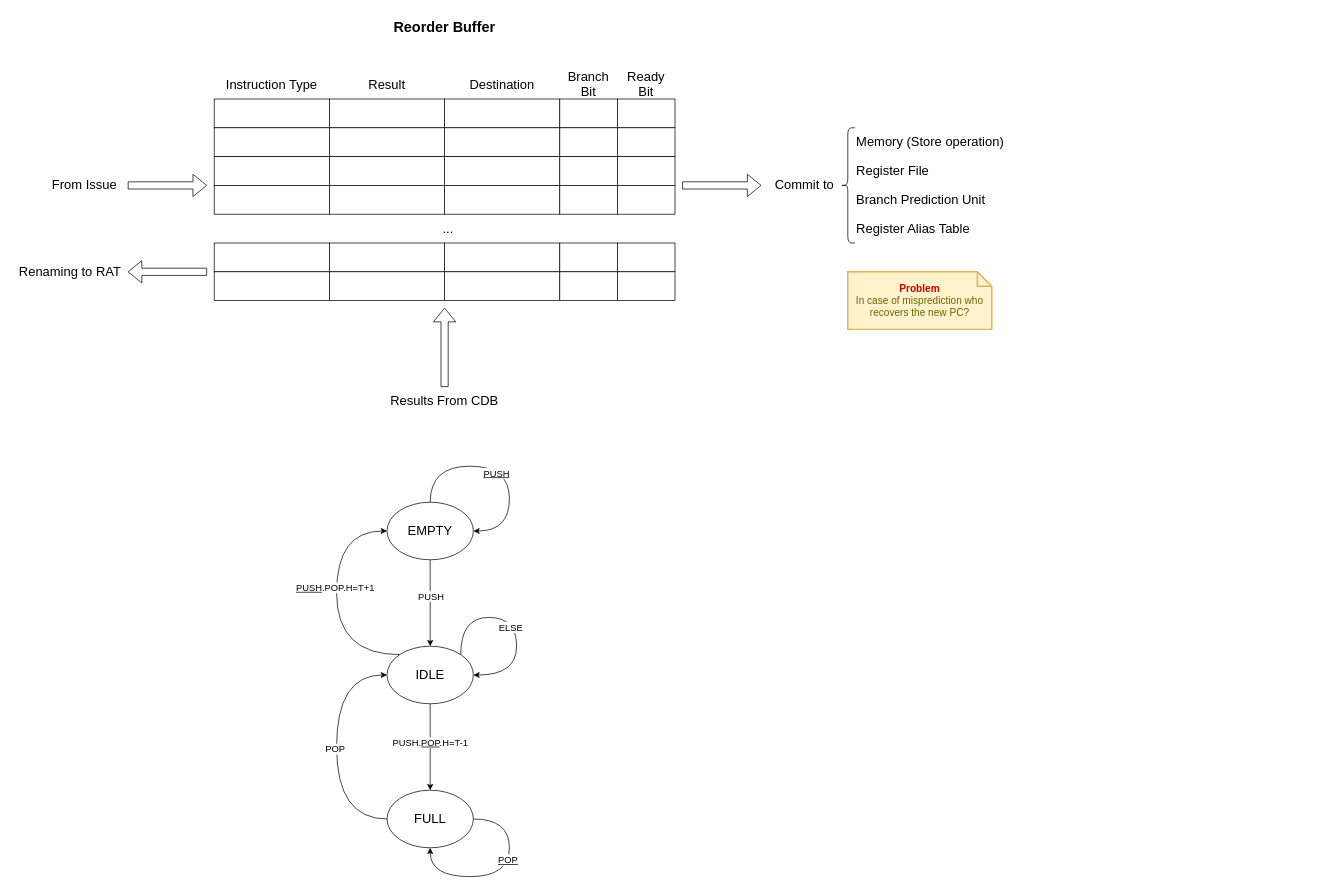
Above: docs/reorder_buffer_architecture.drawio in lorenzobadas/DLX (draw.io), before the change. Source tidied: cells renumbered, new cells numbered last; positions are measured from the earlier drawing's top-left corner, leaving out a move shared by most shapes. Both pictures are drawn from the tidied source at 72%, with x=0, y=0 at pixel (12, 12).
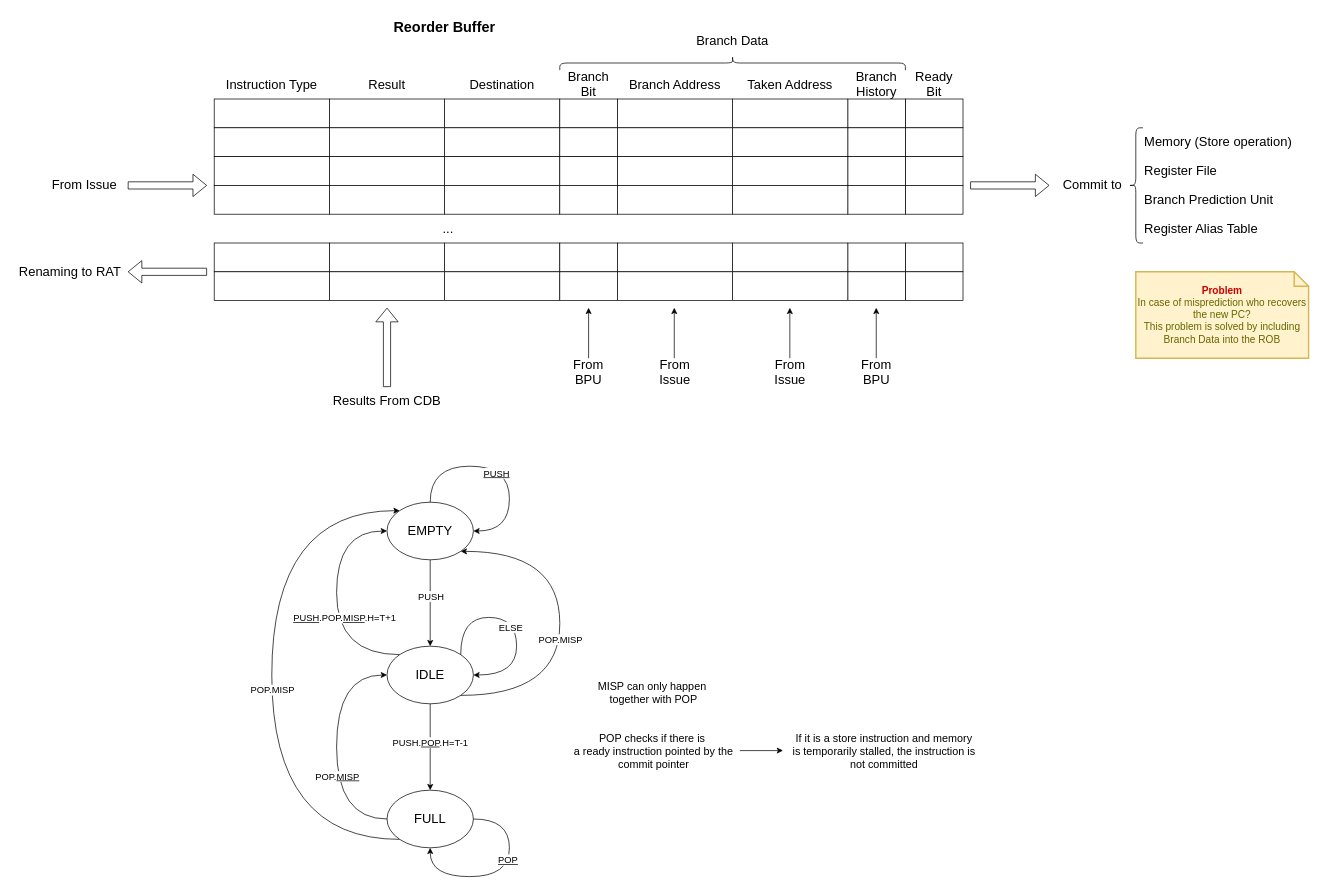
The same diagram, later.

Commit message (it also covers changes not shown here):
update reorder buffer

Unchanged cells that the change refers to:
```xml
<mxCell id="55" style="edgeStyle=orthogonalEdgeStyle;rounded=0;jettySize=auto;html=1;exitX=0;exitY=0;exitDx=0;exitDy=0;entryX=0;entryY=0.5;entryDx=0;entryDy=0;curved=1;" parent="1" edge="1" source="57" target="63">
  <mxGeometry relative="1" as="geometry">
    <Array as="points">
      <mxPoint x="450" y="892" />
      <mxPoint x="450" y="720" />
    </Array>
  </mxGeometry>
</mxCell>
<mxCell id="57" value="&lt;font style=&quot;font-size: 18px;&quot;&gt;IDLE&lt;/font&gt;" style="ellipse;whiteSpace=wrap;html=1;" parent="1" vertex="1">
  <mxGeometry x="520" y="880" width="120" height="80" as="geometry" />
</mxCell>
<mxCell id="58" style="edgeStyle=orthogonalEdgeStyle;rounded=0;jettySize=auto;html=1;exitX=0;exitY=0.5;exitDx=0;exitDy=0;entryX=0;entryY=0.5;entryDx=0;entryDy=0;curved=1;" parent="1" edge="1" source="60" target="57">
  <mxGeometry relative="1" as="geometry">
    <Array as="points">
      <mxPoint x="450" y="1120" />
      <mxPoint x="450" y="920" />
    </Array>
  </mxGeometry>
</mxCell>
<mxCell id="60" value="&lt;font style=&quot;font-size: 18px;&quot;&gt;FULL&lt;/font&gt;" style="ellipse;whiteSpace=wrap;html=1;" parent="1" vertex="1">
  <mxGeometry x="520" y="1080" width="120" height="80" as="geometry" />
</mxCell>
<mxCell id="63" value="&lt;span style=&quot;font-size: 18px;&quot;&gt;EMPTY&lt;/span&gt;" style="ellipse;whiteSpace=wrap;html=1;" parent="1" vertex="1">
  <mxGeometry x="520" y="680" width="120" height="80" as="geometry" />
</mxCell>
```

What changed in the source:
```diff
@@
     <mxCell id="25" style="shape=flexArrow;endArrow=classic;html=1;rounded=0;" parent="1" edge="1">
       <mxGeometry relative="1" as="geometry">
-        <mxPoint x="600" y="520" as="sourcePoint" />
-        <mxPoint x="600" y="410" as="targetPoint" />
+        <mxPoint x="520" y="520" as="sourcePoint" />
+        <mxPoint x="520" y="410" as="targetPoint" />
       </mxGeometry>
     </mxCell>
     <mxCell id="26" value="&lt;font style=&quot;font-size: 18px;&quot;&gt;Results From CDB&lt;/font&gt;" style="text;html=1;align=center;verticalAlign=middle;whiteSpace=wrap;rounded=0;" parent="1" vertex="1">
-      <mxGeometry x="520" y="520" width="160" height="40" as="geometry" />
+      <mxGeometry x="440" y="520" width="160" height="40" as="geometry" />
     </mxCell>
     <mxCell id="27" value="&lt;font style=&quot;font-size: 18px;&quot;&gt;Ready&lt;/font&gt;&lt;div&gt;&lt;span style=&quot;font-size: 18px;&quot;&gt;Bit&lt;/span&gt;&lt;/div&gt;" style="text;html=1;align=center;verticalAlign=middle;whiteSpace=wrap;rounded=0;" parent="1" vertex="1">
-      <mxGeometry x="840" y="80" width="80" height="40" as="geometry" />
+      <mxGeometry x="1240" y="80" width="80" height="40" as="geometry" />
     </mxCell>
     <mxCell id="28" style="rounded=0;whiteSpace=wrap;html=1;" parent="1" vertex="1">
-      <mxGeometry x="840" y="120" width="80" height="40" as="geometry" />
+      <mxGeometry x="1240" y="120" width="80" height="40" as="geometry" />
     </mxCell>
     <mxCell id="29" style="rounded=0;whiteSpace=wrap;html=1;" parent="1" vertex="1">
-      <mxGeometry x="840" y="160" width="80" height="40" as="geometry" />
+      <mxGeometry x="1240" y="160" width="80" height="40" as="geometry" />
     </mxCell>
     <mxCell id="30" style="rounded=0;whiteSpace=wrap;html=1;" parent="1" vertex="1">
-      <mxGeometry x="840" y="200" width="80" height="40" as="geometry" />
+      <mxGeometry x="1240" y="200" width="80" height="40" as="geometry" />
     </mxCell>
     <mxCell id="31" style="rounded=0;whiteSpace=wrap;html=1;" parent="1" vertex="1">
-      <mxGeometry x="840" y="240" width="80" height="40" as="geometry" />
+      <mxGeometry x="1240" y="240" width="80" height="40" as="geometry" />
     </mxCell>
     <mxCell id="32" style="rounded=0;whiteSpace=wrap;html=1;" parent="1" vertex="1">
-      <mxGeometry x="840" y="320" width="80" height="40" as="geometry" />
+      <mxGeometry x="1240" y="320" width="80" height="40" as="geometry" />
     </mxCell>
     <mxCell id="33" style="rounded=0;whiteSpace=wrap;html=1;" parent="1" vertex="1">
-      <mxGeometry x="840" y="360" width="80" height="40" as="geometry" />
+      <mxGeometry x="1240" y="360" width="80" height="40" as="geometry" />
     </mxCell>
@@
     <mxCell id="41" style="shape=flexArrow;endArrow=classic;html=1;rounded=0;" parent="1" edge="1">
       <mxGeometry relative="1" as="geometry">
-        <mxPoint x="930" y="240" as="sourcePoint" />
-        <mxPoint x="1040" y="240" as="targetPoint" />
+        <mxPoint x="1330" y="240" as="sourcePoint" />
+        <mxPoint x="1440" y="240" as="targetPoint" />
       </mxGeometry>
     </mxCell>
     <mxCell id="42" value="&lt;span style=&quot;font-size: 18px;&quot;&gt;Commit to&lt;/span&gt;" style="text;html=1;align=center;verticalAlign=middle;whiteSpace=wrap;rounded=0;" parent="1" vertex="1">
-      <mxGeometry x="1040" y="220" width="120" height="40" as="geometry" />
+      <mxGeometry x="1440" y="220" width="120" height="40" as="geometry" />
     </mxCell>
     <mxCell id="43" style="shape=curlyBracket;whiteSpace=wrap;html=1;rounded=1;labelPosition=left;verticalLabelPosition=middle;align=right;verticalAlign=middle;" parent="1" vertex="1">
-      <mxGeometry x="1150" y="160" width="20" height="160" as="geometry" />
+      <mxGeometry x="1550" y="160" width="20" height="160" as="geometry" />
     </mxCell>
     <mxCell id="44" value="&lt;span style=&quot;font-size: 18px;&quot;&gt;Memory (Store operation)&lt;/span&gt;" style="text;html=1;align=left;verticalAlign=middle;whiteSpace=wrap;rounded=0;" parent="1" vertex="1">
-      <mxGeometry x="1170" y="160" width="240" height="40" as="geometry" />
+      <mxGeometry x="1570" y="160" width="240" height="40" as="geometry" />
     </mxCell>
     <mxCell id="45" value="&lt;span style=&quot;font-size: 18px;&quot;&gt;Register File&lt;/span&gt;" style="text;html=1;align=left;verticalAlign=middle;whiteSpace=wrap;rounded=0;" parent="1" vertex="1">
-      <mxGeometry x="1170" y="200" width="120" height="40" as="geometry" />
+      <mxGeometry x="1570" y="200" width="120" height="40" as="geometry" />
     </mxCell>
     <mxCell id="46" value="&lt;span style=&quot;font-size: 18px;&quot;&gt;Branch Prediction Unit&lt;/span&gt;" style="text;html=1;align=left;verticalAlign=middle;whiteSpace=wrap;rounded=0;" parent="1" vertex="1">
-      <mxGeometry x="1170" y="240" width="200" height="40" as="geometry" />
+      <mxGeometry x="1570" y="240" width="200" height="40" as="geometry" />
     </mxCell>
-    <mxCell id="47" value="&lt;b&gt;&lt;font color=&quot;#cc0000&quot;&gt;Problem&lt;/font&gt;&lt;/b&gt;&lt;div&gt;In case of misprediction who recovers the new PC?&lt;/div&gt;" style="shape=note;strokeWidth=2;fontSize=14;size=20;whiteSpace=wrap;html=1;fillColor=#fff2cc;strokeColor=#d6b656;fontColor=#666600;" parent="1" vertex="1">
-      <mxGeometry x="1160" y="360" width="200" height="80" as="geometry" />
+    <mxCell id="47" value="&lt;b&gt;&lt;font color=&quot;#cc0000&quot;&gt;Problem&lt;/font&gt;&lt;/b&gt;&lt;div&gt;In case of misprediction who recovers the new PC?&lt;/div&gt;&lt;div&gt;This problem is solved by including Branch Data into the ROB&lt;/div&gt;" style="shape=note;strokeWidth=2;fontSize=14;size=20;whiteSpace=wrap;html=1;fillColor=#fff2cc;strokeColor=#d6b656;fontColor=#666600;" parent="1" vertex="1">
+      <mxGeometry x="1560" y="360" width="240" height="120" as="geometry" />
     </mxCell>
@@
     <mxCell id="52" value="&lt;span style=&quot;font-size: 18px;&quot;&gt;Register Alias Table&lt;/span&gt;" style="text;html=1;align=left;verticalAlign=middle;whiteSpace=wrap;rounded=0;" parent="1" vertex="1">
-      <mxGeometry x="1170" y="280" width="200" height="40" as="geometry" />
+      <mxGeometry x="1570" y="280" width="200" height="40" as="geometry" />
     </mxCell>
@@
-    <mxCell id="56" value="&lt;font style=&quot;font-size: 13px;&quot;&gt;&lt;u&gt;PUSH&lt;/u&gt;.POP.H=T+1&lt;/font&gt;" style="edgeLabel;html=1;align=center;verticalAlign=middle;" parent="55" vertex="1">
-      <mxGeometry x="0.1" y="3" relative="1" as="geometry" />
+    <mxCell id="56" value="&lt;font style=&quot;font-size: 13px;&quot;&gt;&lt;u&gt;PUSH&lt;/u&gt;.POP.&lt;u&gt;MISP&lt;/u&gt;.H=T+1&lt;/font&gt;" style="edgeLabel;html=1;align=center;verticalAlign=middle;" parent="55" vertex="1">
+      <mxGeometry x="0.1" y="3" relative="1" as="geometry">
+        <mxPoint x="13" y="42" as="offset" />
+      </mxGeometry>
     </mxCell>
+    <mxCell id="70" style="edgeStyle=orthogonalEdgeStyle;rounded=0;jettySize=auto;html=1;exitX=1;exitY=1;exitDx=0;exitDy=0;entryX=1;entryY=1;entryDx=0;entryDy=0;curved=1;" parent="1" edge="1" source="57" target="63">
+      <mxGeometry relative="1" as="geometry">
+        <Array as="points">
+          <mxPoint x="760" y="948" />
+          <mxPoint x="760" y="748" />
+        </Array>
+      </mxGeometry>
+    </mxCell>
@@
-    <mxCell id="59" value="&lt;font style=&quot;font-size: 13px;&quot;&gt;POP&lt;/font&gt;" style="edgeLabel;html=1;align=center;verticalAlign=middle;" parent="58" vertex="1">
-      <mxGeometry x="-0.01" y="3" relative="1" as="geometry" />
+    <mxCell id="59" value="&lt;font style=&quot;font-size: 13px;&quot;&gt;POP.&lt;u&gt;MISP&lt;/u&gt;&lt;/font&gt;" style="edgeLabel;html=1;align=center;verticalAlign=middle;" parent="58" vertex="1">
+      <mxGeometry x="-0.01" y="3" relative="1" as="geometry">
+        <mxPoint x="3" y="38" as="offset" />
+      </mxGeometry>
     </mxCell>
+    <mxCell id="71" style="edgeStyle=orthogonalEdgeStyle;rounded=0;jettySize=auto;html=1;exitX=0;exitY=1;exitDx=0;exitDy=0;entryX=0;entryY=0;entryDx=0;entryDy=0;curved=1;" parent="1" edge="1" source="60" target="63">
+      <mxGeometry relative="1" as="geometry">
+        <Array as="points">
+          <mxPoint x="360" y="1148" />
+          <mxPoint x="360" y="692" />
+        </Array>
+      </mxGeometry>
+    </mxCell>
@@
+    <mxCell id="72" value="&lt;span style=&quot;font-size: 18px;&quot;&gt;Branch&lt;/span&gt;&lt;div&gt;&lt;span style=&quot;font-size: 18px;&quot;&gt;History&lt;/span&gt;&lt;/div&gt;" style="text;html=1;align=center;verticalAlign=middle;whiteSpace=wrap;rounded=0;" parent="1" vertex="1">
+      <mxGeometry x="1160" y="80" width="80" height="40" as="geometry" />
+    </mxCell>
+    <mxCell id="73" style="rounded=0;whiteSpace=wrap;html=1;" parent="1" vertex="1">
+      <mxGeometry x="1160" y="120" width="80" height="40" as="geometry" />
+    </mxCell>
+    <mxCell id="74" style="rounded=0;whiteSpace=wrap;html=1;" parent="1" vertex="1">
+      <mxGeometry x="1160" y="160" width="80" height="40" as="geometry" />
+    </mxCell>
+    <mxCell id="75" style="rounded=0;whiteSpace=wrap;html=1;" parent="1" vertex="1">
+      <mxGeometry x="1160" y="200" width="80" height="40" as="geometry" />
+    </mxCell>
+    <mxCell id="76" style="rounded=0;whiteSpace=wrap;html=1;" parent="1" vertex="1">
+      <mxGeometry x="1160" y="240" width="80" height="40" as="geometry" />
+    </mxCell>
+    <mxCell id="77" style="rounded=0;whiteSpace=wrap;html=1;" parent="1" vertex="1">
+      <mxGeometry x="1160" y="320" width="80" height="40" as="geometry" />
+    </mxCell>
+    <mxCell id="78" style="rounded=0;whiteSpace=wrap;html=1;" parent="1" vertex="1">
+      <mxGeometry x="1160" y="360" width="80" height="40" as="geometry" />
+    </mxCell>
+    <mxCell id="79" value="&lt;font style=&quot;font-size: 18px;&quot;&gt;Taken Address&lt;/font&gt;" style="text;html=1;align=center;verticalAlign=middle;whiteSpace=wrap;rounded=0;" parent="1" vertex="1">
+      <mxGeometry x="1000" y="80" width="160" height="40" as="geometry" />
+    </mxCell>
+    <mxCell id="80" style="rounded=0;whiteSpace=wrap;html=1;" parent="1" vertex="1">
+      <mxGeometry x="1000" y="120" width="160" height="40" as="geometry" />
+    </mxCell>
+    <mxCell id="81" style="rounded=0;whiteSpace=wrap;html=1;" parent="1" vertex="1">
+      <mxGeometry x="1000" y="160" width="160" height="40" as="geometry" />
+    </mxCell>
+    <mxCell id="82" style="rounded=0;whiteSpace=wrap;html=1;" parent="1" vertex="1">
+      <mxGeometry x="1000" y="200" width="160" height="40" as="geometry" />
+    </mxCell>
+    <mxCell id="83" style="rounded=0;whiteSpace=wrap;html=1;" parent="1" vertex="1">
+      <mxGeometry x="1000" y="240" width="160" height="40" as="geometry" />
+    </mxCell>
+    <mxCell id="84" style="rounded=0;whiteSpace=wrap;html=1;" parent="1" vertex="1">
+      <mxGeometry x="1000" y="320" width="160" height="40" as="geometry" />
+    </mxCell>
+    <mxCell id="85" style="rounded=0;whiteSpace=wrap;html=1;" parent="1" vertex="1">
+      <mxGeometry x="1000" y="360" width="160" height="40" as="geometry" />
+    </mxCell>
+    <mxCell id="86" value="&lt;font style=&quot;font-size: 18px;&quot;&gt;Branch Address&lt;/font&gt;" style="text;html=1;align=center;verticalAlign=middle;whiteSpace=wrap;rounded=0;" parent="1" vertex="1">
+      <mxGeometry x="840" y="80" width="160" height="40" as="geometry" />
+    </mxCell>
+    <mxCell id="87" style="rounded=0;whiteSpace=wrap;html=1;" parent="1" vertex="1">
+      <mxGeometry x="840" y="120" width="160" height="40" as="geometry" />
+    </mxCell>
+    <mxCell id="88" style="rounded=0;whiteSpace=wrap;html=1;" parent="1" vertex="1">
+      <mxGeometry x="840" y="160" width="160" height="40" as="geometry" />
+    </mxCell>
+    <mxCell id="89" style="rounded=0;whiteSpace=wrap;html=1;" parent="1" vertex="1">
+      <mxGeometry x="840" y="200" width="160" height="40" as="geometry" />
+    </mxCell>
+    <mxCell id="90" style="rounded=0;whiteSpace=wrap;html=1;" parent="1" vertex="1">
+      <mxGeometry x="840" y="240" width="160" height="40" as="geometry" />
+    </mxCell>
+    <mxCell id="91" style="rounded=0;whiteSpace=wrap;html=1;" parent="1" vertex="1">
+      <mxGeometry x="840" y="320" width="160" height="40" as="geometry" />
+    </mxCell>
+    <mxCell id="92" style="rounded=0;whiteSpace=wrap;html=1;" parent="1" vertex="1">
+      <mxGeometry x="840" y="360" width="160" height="40" as="geometry" />
+    </mxCell>
+    <mxCell id="93" value="&lt;font style=&quot;font-size: 18px;&quot;&gt;Branch Data&lt;/font&gt;" style="text;html=1;align=center;verticalAlign=middle;whiteSpace=wrap;rounded=0;" parent="1" vertex="1">
+      <mxGeometry x="760" y="20" width="480" height="40" as="geometry" />
+    </mxCell>
+    <mxCell id="94" style="shape=curlyBracket;whiteSpace=wrap;html=1;rounded=1;labelPosition=left;verticalLabelPosition=middle;align=right;verticalAlign=middle;direction=south;" parent="1" vertex="1">
+      <mxGeometry x="760" y="60" width="480" height="20" as="geometry" />
+    </mxCell>
+    <mxCell id="95" style="endArrow=classic;html=1;rounded=0;" parent="1" edge="1">
+      <mxGeometry relative="1" as="geometry">
+        <mxPoint x="800" y="480" as="sourcePoint" />
+        <mxPoint x="800" y="410" as="targetPoint" />
+      </mxGeometry>
+    </mxCell>
+    <mxCell id="96" style="endArrow=classic;html=1;rounded=0;" parent="1" edge="1">
+      <mxGeometry relative="1" as="geometry">
+        <mxPoint x="919" y="480" as="sourcePoint" />
+        <mxPoint x="919" y="410" as="targetPoint" />
+      </mxGeometry>
+    </mxCell>
+    <mxCell id="97" style="endArrow=classic;html=1;rounded=0;" parent="1" edge="1">
+      <mxGeometry relative="1" as="geometry">
+        <mxPoint x="1079.5" y="480" as="sourcePoint" />
+        <mxPoint x="1079.5" y="410" as="targetPoint" />
+      </mxGeometry>
+    </mxCell>
+    <mxCell id="98" style="endArrow=classic;html=1;rounded=0;" parent="1" edge="1">
+      <mxGeometry relative="1" as="geometry">
+        <mxPoint x="1199.5" y="480" as="sourcePoint" />
+        <mxPoint x="1199.5" y="410" as="targetPoint" />
+      </mxGeometry>
+    </mxCell>
+    <mxCell id="99" value="&lt;font style=&quot;font-size: 18px;&quot;&gt;From&lt;/font&gt;&lt;div&gt;&lt;font style=&quot;font-size: 18px;&quot;&gt;BPU&lt;/font&gt;&lt;/div&gt;" style="text;html=1;align=center;verticalAlign=middle;whiteSpace=wrap;rounded=0;" parent="1" vertex="1">
+      <mxGeometry x="760" y="480" width="80" height="40" as="geometry" />
+    </mxCell>
+    <mxCell id="100" value="&lt;font style=&quot;font-size: 18px;&quot;&gt;From&lt;/font&gt;&lt;div&gt;&lt;span style=&quot;font-size: 18px;&quot;&gt;Issue&lt;/span&gt;&lt;/div&gt;" style="text;html=1;align=center;verticalAlign=middle;whiteSpace=wrap;rounded=0;" parent="1" vertex="1">
+      <mxGeometry x="880" y="480" width="80" height="40" as="geometry" />
+    </mxCell>
+    <mxCell id="101" value="&lt;font style=&quot;font-size: 18px;&quot;&gt;From&lt;/font&gt;&lt;div&gt;&lt;span style=&quot;font-size: 18px;&quot;&gt;Issue&lt;/span&gt;&lt;/div&gt;" style="text;html=1;align=center;verticalAlign=middle;whiteSpace=wrap;rounded=0;" parent="1" vertex="1">
+      <mxGeometry x="1040" y="480" width="80" height="40" as="geometry" />
+    </mxCell>
+    <mxCell id="102" value="&lt;font style=&quot;font-size: 18px;&quot;&gt;From&lt;/font&gt;&lt;div&gt;&lt;span style=&quot;font-size: 18px;&quot;&gt;BPU&lt;/span&gt;&lt;/div&gt;" style="text;html=1;align=center;verticalAlign=middle;whiteSpace=wrap;rounded=0;" parent="1" vertex="1">
+      <mxGeometry x="1160" y="480" width="80" height="40" as="geometry" />
+    </mxCell>
+    <mxCell id="103" value="&lt;font style=&quot;font-size: 13px;&quot;&gt;POP.MISP&lt;/font&gt;" style="edgeLabel;html=1;align=center;verticalAlign=middle;" parent="1" vertex="1">
+      <mxGeometry x="360" y="940" as="geometry" />
+    </mxCell>
+    <mxCell id="104" value="&lt;font style=&quot;font-size: 13px;&quot;&gt;POP.MISP&lt;/font&gt;" style="edgeLabel;html=1;align=center;verticalAlign=middle;" parent="1" vertex="1">
+      <mxGeometry x="760" y="870" as="geometry" />
+    </mxCell>
+    <mxCell id="105" value="&lt;font style=&quot;font-size: 15px;&quot;&gt;MISP can only happen&amp;nbsp;&lt;/font&gt;&lt;div style=&quot;font-size: 15px;&quot;&gt;&lt;font style=&quot;font-size: 15px;&quot;&gt;together with POP&lt;/font&gt;&lt;/div&gt;" style="text;html=1;align=center;verticalAlign=middle;strokeColor=none;fillColor=none;" parent="1" vertex="1">
+      <mxGeometry x="800" y="920" width="180" height="50" as="geometry" />
+    </mxCell>
+    <mxCell id="106" style="edgeStyle=orthogonalEdgeStyle;rounded=0;jettySize=auto;html=1;" parent="1" edge="1" source="107" target="108">
+      <mxGeometry relative="1" as="geometry" />
+    </mxCell>
+    <mxCell id="107" value="&lt;span style=&quot;font-size: 15px;&quot;&gt;POP checks if there is&amp;nbsp;&lt;/span&gt;&lt;div&gt;&lt;span style=&quot;font-size: 15px;&quot;&gt;a ready instruction pointed by the&lt;/span&gt;&lt;/div&gt;&lt;div&gt;&lt;span style=&quot;font-size: 15px;&quot;&gt;commit pointer&lt;/span&gt;&lt;/div&gt;" style="text;html=1;align=center;verticalAlign=middle;points=[];strokeColor=none;fillColor=none;" parent="1" vertex="1">
+      <mxGeometry x="770" y="990" width="240" height="70" as="geometry" />
+    </mxCell>
+    <mxCell id="108" value="&lt;span style=&quot;font-size: 15px;&quot;&gt;If it is a store instruction and memory&lt;/span&gt;&lt;div&gt;&lt;span style=&quot;font-size: 15px;&quot;&gt;is temporarily stalled, the instruction is&lt;/span&gt;&lt;/div&gt;&lt;div&gt;&lt;span style=&quot;font-size: 15px;&quot;&gt;not committed&lt;/span&gt;&lt;/div&gt;" style="text;html=1;align=center;verticalAlign=middle;points=[];strokeColor=none;fillColor=none;" parent="1" vertex="1">
+      <mxGeometry x="1070" y="990" width="280" height="70" as="geometry" />
+    </mxCell>
```
